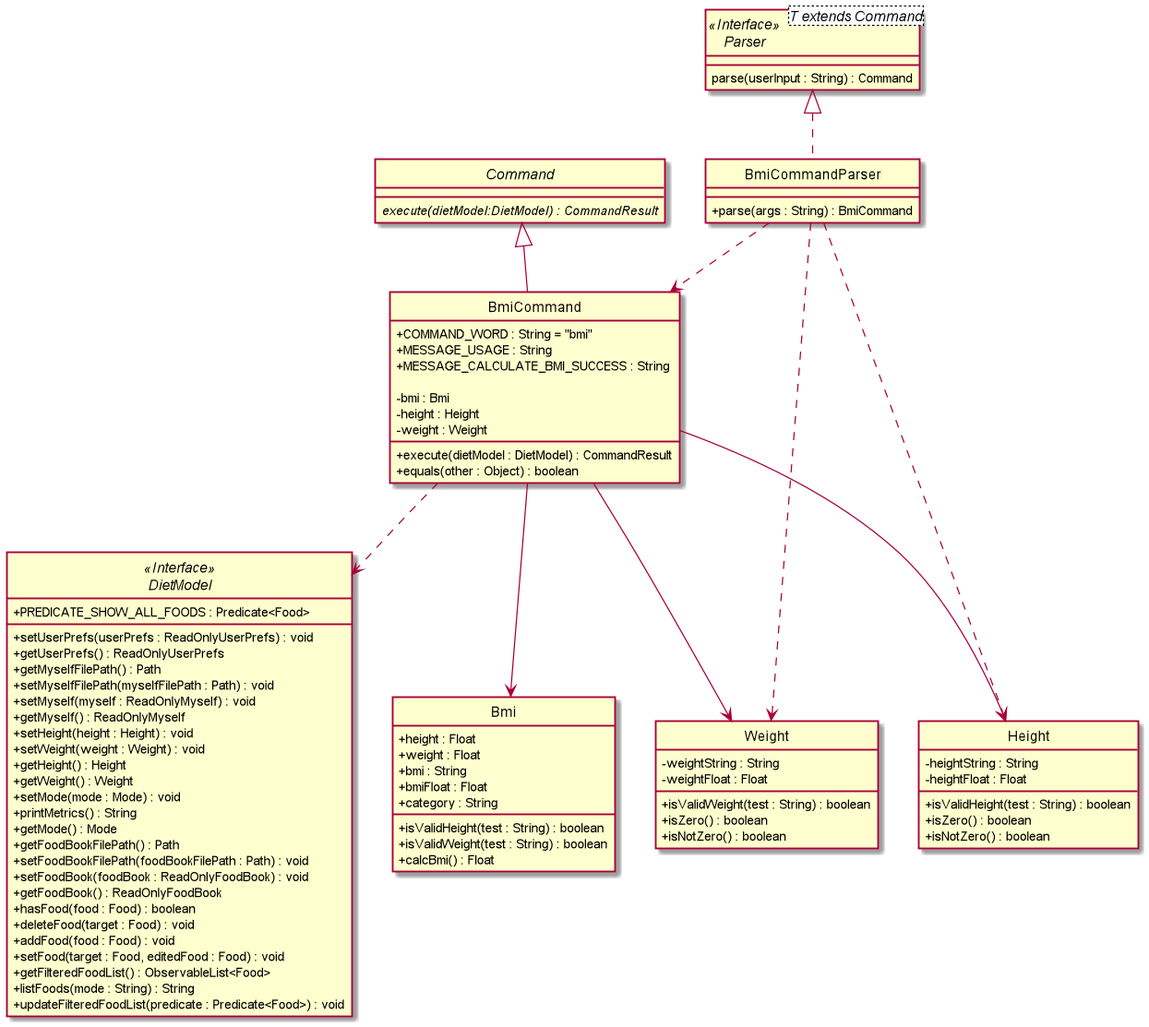
Above: images/DietTrackerBmiCommandClassDiagram.png in AY1920S2-CS2103T-W13-1/main (PlantUML), before the change. Its diagram source:
```plantuml
@startuml

skinparam backgroundColor #ffffff
skinparam classAttributeIconSize 0
hide circle

class BmiCommandParser implements Parser {
    + parse(args : String) : BmiCommand
}

interface Parser<T extends Command> <<Interface>> {
    parse(userInput : String) : Command
}

abstract class Command {
    {abstract} execute(dietModel:DietModel) : CommandResult
}

class BmiCommand extends Command {
    + COMMAND_WORD : String = "bmi"
    + MESSAGE_USAGE : String
    + MESSAGE_CALCULATE_BMI_SUCCESS : String

    - bmi : Bmi
    - height : Height
    - weight : Weight

    + execute(dietModel : DietModel) : CommandResult
    + equals(other : Object) : boolean

}

interface DietModel <<Interface>> {
    + PREDICATE_SHOW_ALL_FOODS : Predicate<Food>

    + setUserPrefs(userPrefs : ReadOnlyUserPrefs) : void
    + getUserPrefs() : ReadOnlyUserPrefs
    + getMyselfFilePath() : Path
    + setMyselfFilePath(myselfFilePath : Path) : void
    + setMyself(myself : ReadOnlyMyself) : void
    + getMyself() : ReadOnlyMyself
    + setHeight(height : Height) : void
    + setWeight(weight : Weight) : void
    + getHeight() : Height
    + getWeight() : Weight
    + setMode(mode : Mode) : void
    + printMetrics() : String
    + getMode() : Mode
    + getFoodBookFilePath() : Path
    + setFoodBookFilePath(foodBookFilePath : Path) : void
    + setFoodBook(foodBook : ReadOnlyFoodBook) : void
    + getFoodBook() : ReadOnlyFoodBook
    + hasFood(food : Food) : boolean
    + deleteFood(target : Food) : void
    + addFood(food : Food) : void
    + setFood(target : Food, editedFood : Food) : void
    + getFilteredFoodList() : ObservableList<Food>
    + listFoods(mode : String) : String
    + updateFilteredFoodList(predicate : Predicate<Food>) : void
}


class Bmi {
    + height : Float
    + weight : Float
    + bmi : String
    + bmiFloat : Float
    + category : String

    + isValidHeight(test : String) : boolean
    + isValidWeight(test : String) : boolean
    + calcBmi() : Float
}

class Height {
    - heightString : String
    - heightFloat : Float

    + isValidHeight(test : String) : boolean
    + isZero() : boolean
    + isNotZero() : boolean
}

class Weight {
    - weightString : String
    - weightFloat : Float

    + isValidWeight(test : String) : boolean
    + isZero() : boolean
    + isNotZero() : boolean
}


BmiCommand ..> DietModel
BmiCommandParser ..> BmiCommand
BmiCommandParser ..> Height
BmiCommandParser ..> Weight
BmiCommand --> Height
BmiCommand --> Weight
BmiCommand --> Bmi


@enduml
```
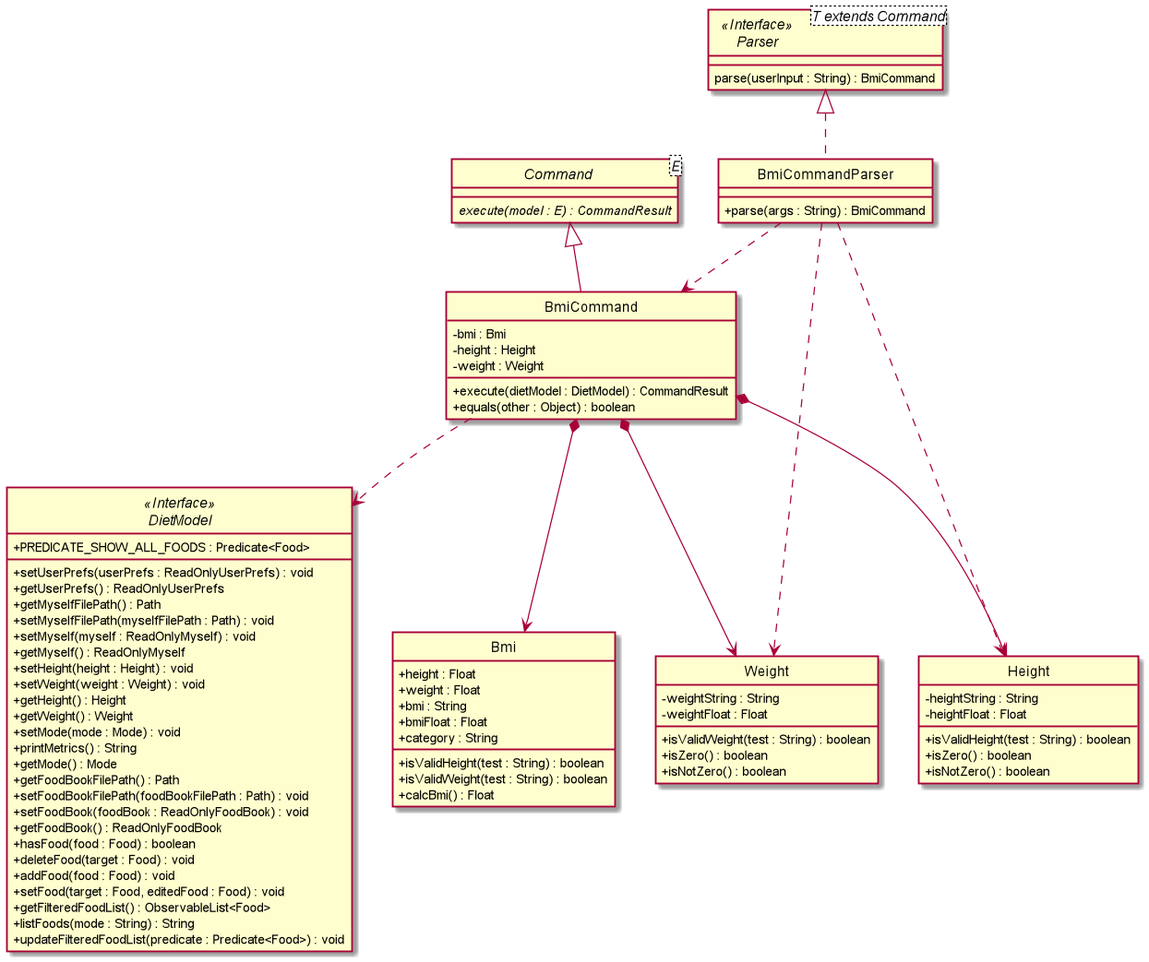
The same file after the commit.

Diff of the diagram source:
```diff
@@ -9,18 +9,14 @@
 }
 
 interface Parser<T extends Command> <<Interface>> {
-    parse(userInput : String) : Command
+    parse(userInput : String) : BmiCommand
 }
 
-abstract class Command {
-    {abstract} execute(dietModel:DietModel) : CommandResult
+abstract class Command<E> {
+    {abstract} execute(model : E) : CommandResult
 }
 
 class BmiCommand extends Command {
-    + COMMAND_WORD : String = "bmi"
-    + MESSAGE_USAGE : String
-    + MESSAGE_CALCULATE_BMI_SUCCESS : String
-
     - bmi : Bmi
     - height : Height
     - weight : Weight
@@ -95,9 +91,9 @@
 BmiCommandParser ..> BmiCommand
 BmiCommandParser ..> Height
 BmiCommandParser ..> Weight
-BmiCommand --> Height
-BmiCommand --> Weight
-BmiCommand --> Bmi
+BmiCommand *--> Height
+BmiCommand *--> Weight
+BmiCommand *--> Bmi
 
 
 @enduml
```
